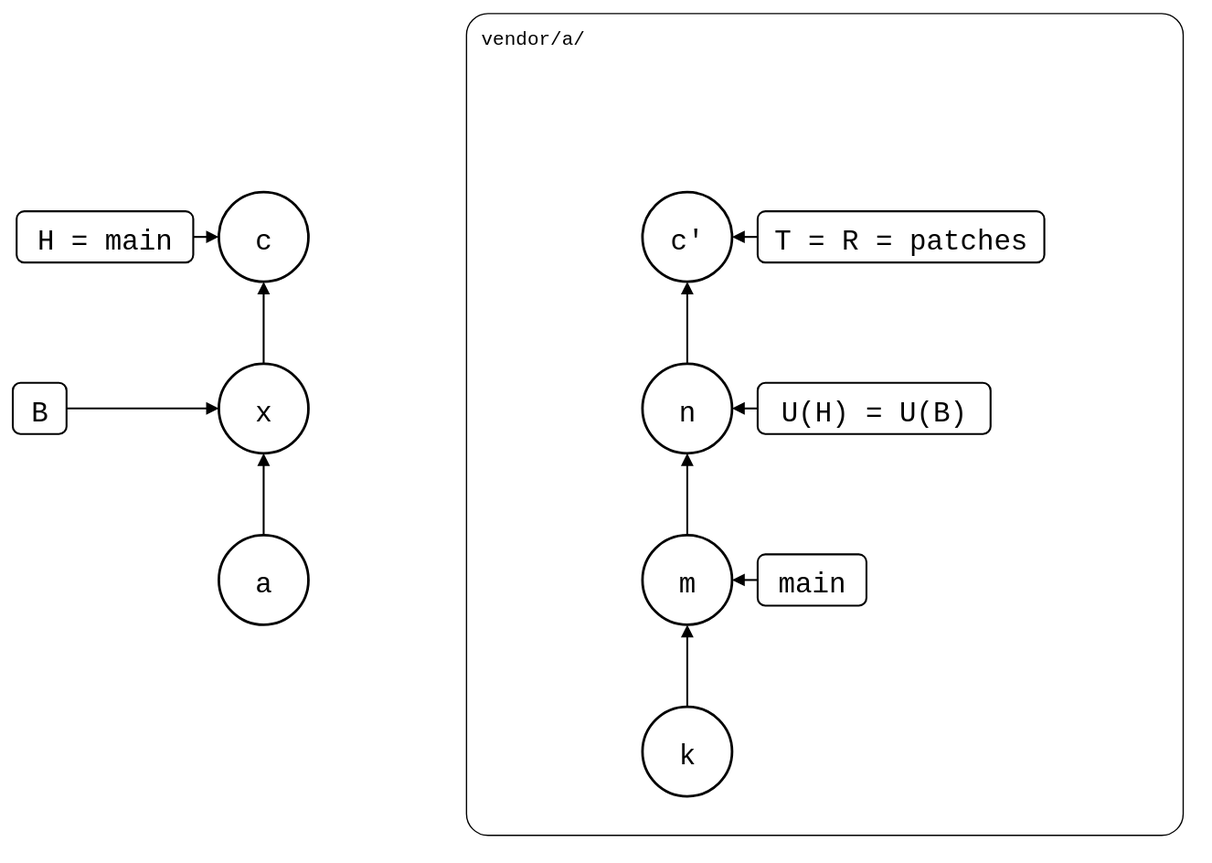
Above: git-splice/test/scenarios/06-rewritten-history/04-patch-branch-rebased/01-unpushed-local-commit/redone-on-top.drawio.svg in roschaefer/episodes (draw.io), before the change. Source tidied: cells renumbered, new cells last; positions are measured from the earlier drawing's top-left corner, leaving out a move shared by most shapes.
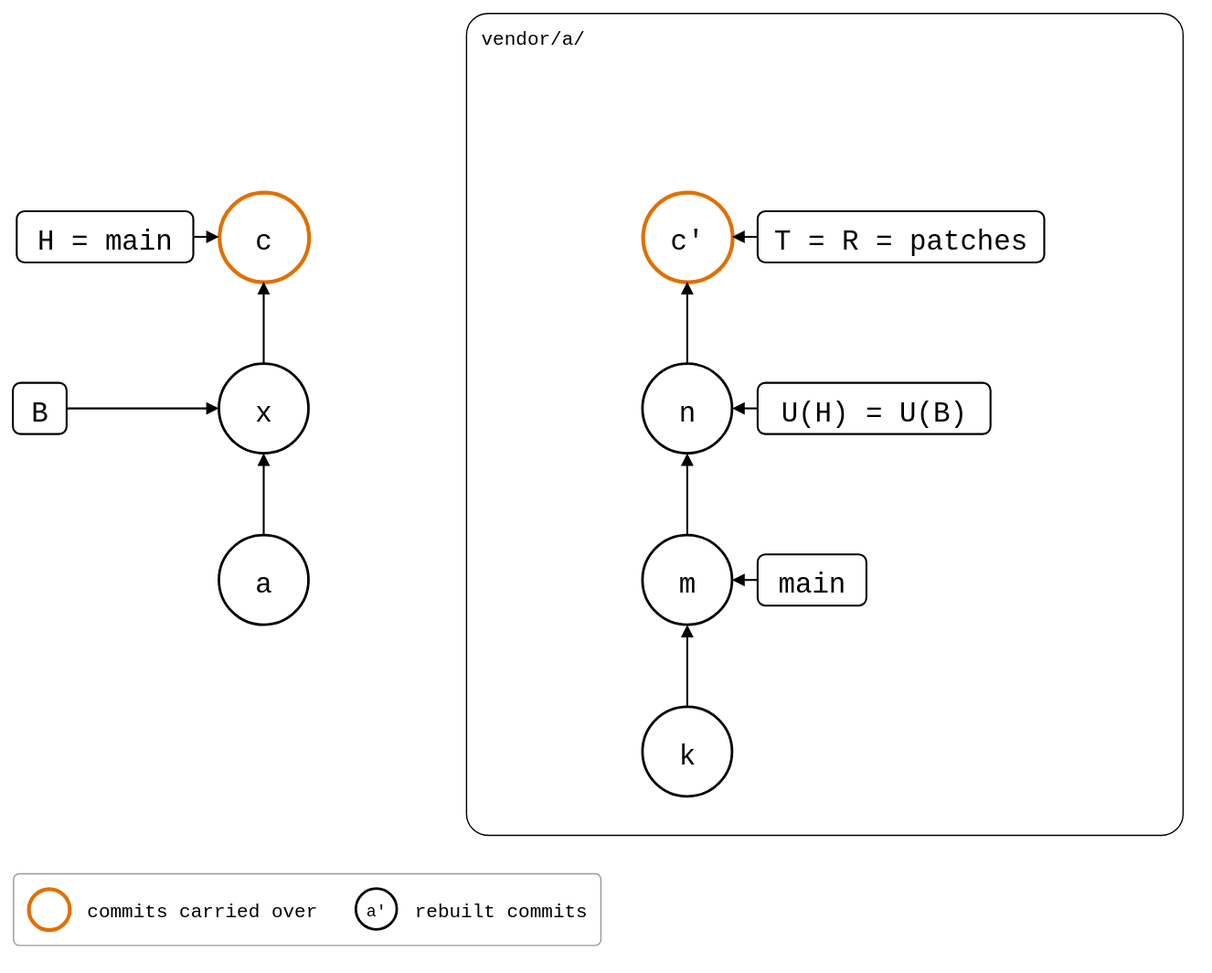
After the commit.

Change to the diagram source:
```diff
@@ -5,7 +5,7 @@
     <mxCell id="2" value="vendor/a/" style="rounded=1;arcSize=3;fillColor=none;strokeWidth=1;fontSize=15;verticalAlign=top;align=left;spacingLeft=10;spacingTop=4;fontFamily=Roboto Mono,monospace;" parent="1" vertex="1">
       <mxGeometry x="354" width="560" height="642" as="geometry" />
     </mxCell>
-    <mxCell id="3" value="c" style="ellipse;strokeWidth=2;fontSize=22;fontFamily=Roboto Mono,monospace;" parent="1" vertex="1">
+    <mxCell id="3" value="c" style="ellipse;fontSize=22;fontFamily=Roboto Mono,monospace;strokeColor=#E07000;strokeWidth=3;" parent="1" vertex="1">
       <mxGeometry x="161" y="140" width="70" height="70" as="geometry" />
     </mxCell>
     <mxCell id="4" value="x" style="ellipse;strokeWidth=2;fontSize=22;fontFamily=Roboto Mono,monospace;" parent="1" vertex="1">
@@ -14,7 +14,7 @@
     <mxCell id="5" value="a" style="ellipse;strokeWidth=2;fontSize=22;fontFamily=Roboto Mono,monospace;" parent="1" vertex="1">
       <mxGeometry x="161" y="408" width="70" height="70" as="geometry" />
     </mxCell>
-    <mxCell id="6" value="c'" style="ellipse;strokeWidth=2;fontSize=22;fontFamily=Roboto Mono,monospace;" parent="1" vertex="1">
+    <mxCell id="6" value="c'" style="ellipse;fontSize=22;fontFamily=Roboto Mono,monospace;strokeColor=#E07000;strokeWidth=3;" parent="1" vertex="1">
       <mxGeometry x="492" y="140" width="70" height="70" as="geometry" />
     </mxCell>
     <mxCell id="7" value="n" style="ellipse;strokeWidth=2;fontSize=22;fontFamily=Roboto Mono,monospace;" parent="1" vertex="1">
@@ -71,5 +71,20 @@
     <mxCell id="24" style="endArrow=block;endFill=1;html=1;strokeWidth=1.5;rounded=0;" parent="1" edge="1" source="14" target="8">
       <mxGeometry relative="1" as="geometry" />
     </mxCell>
+    <mxCell id="25" style="rounded=1;arcSize=8;fillColor=none;strokeColor=#999999;strokeWidth=1;legend=1;" parent="1" vertex="1">
+      <mxGeometry y="672" width="459" height="56" as="geometry" />
+    </mxCell>
+    <mxCell id="26" style="ellipse;fontSize=13;fontFamily=Roboto Mono,monospace;strokeColor=#E07000;strokeWidth=3;" parent="25" vertex="1">
+      <mxGeometry x="12" y="12" width="32" height="32" as="geometry" />
+    </mxCell>
+    <mxCell id="27" value="commits carried over" style="text;align=left;verticalAlign=middle;fontSize=15;fontFamily=Roboto Mono,monospace;" parent="25" vertex="1">
+      <mxGeometry x="56" y="12" width="180" height="32" as="geometry" />
+    </mxCell>
+    <mxCell id="28" value="a'" style="ellipse;fontSize=13;fontFamily=Roboto Mono,monospace;strokeWidth=2;" parent="25" vertex="1">
+      <mxGeometry x="268" y="12" width="32" height="32" as="geometry" />
+    </mxCell>
+    <mxCell id="29" value="rebuilt commits" style="text;align=left;verticalAlign=middle;fontSize=15;fontFamily=Roboto Mono,monospace;" parent="25" vertex="1">
+      <mxGeometry x="312" y="12" width="135" height="32" as="geometry" />
+    </mxCell>
   </root>
 </mxGraphModel>
```
